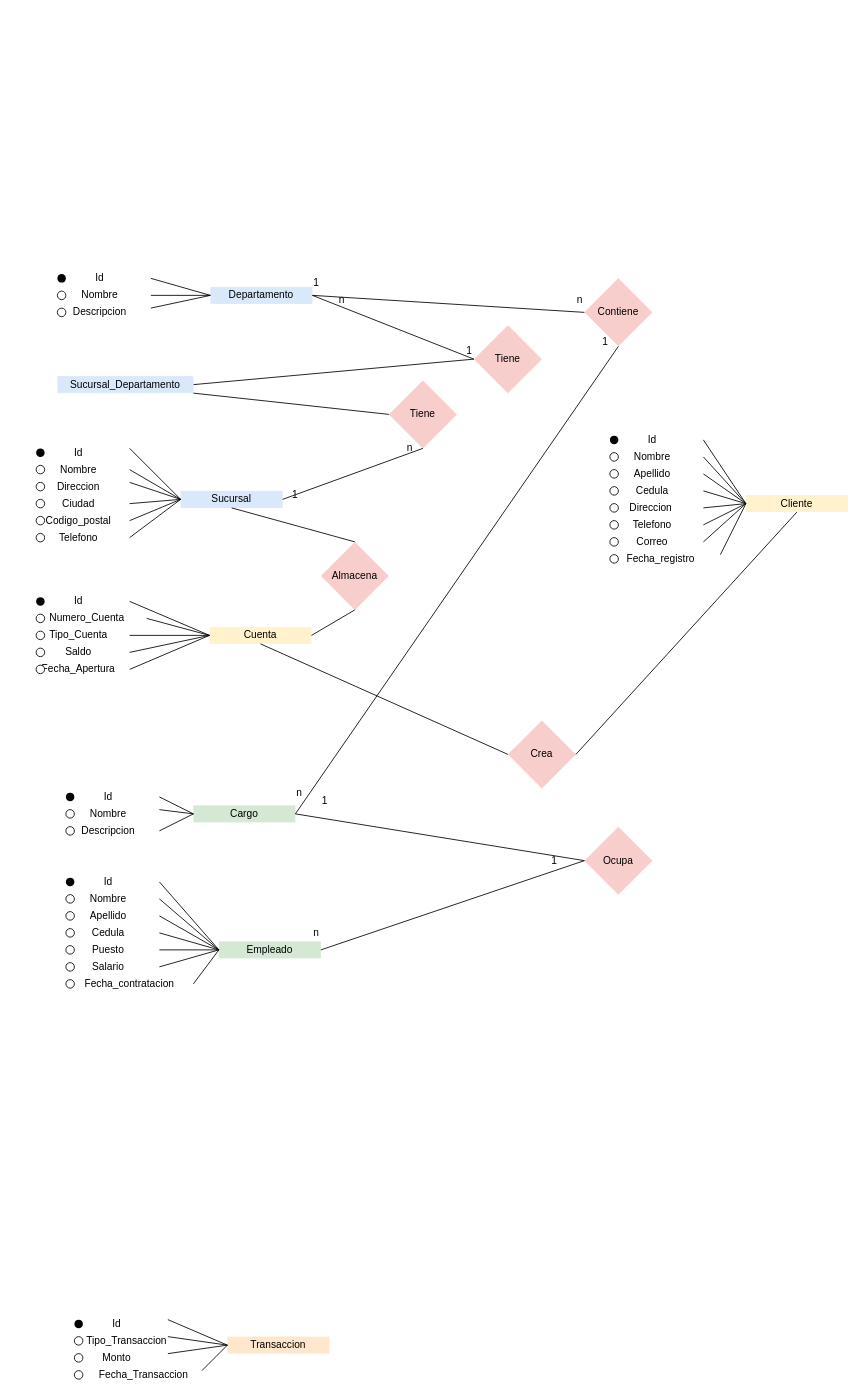
Earlier version of the draw.io diagram Diagrama sin título.drawio (Nico1091/Bases-de-datos). Source tidied: cells renumbered, new cells numbered last; positions are measured from the earlier drawing's top-left corner, leaving out a move shared by most shapes. Both pictures are drawn from the tidied source at 85%, with x=0, y=0 at pixel (27, 269).
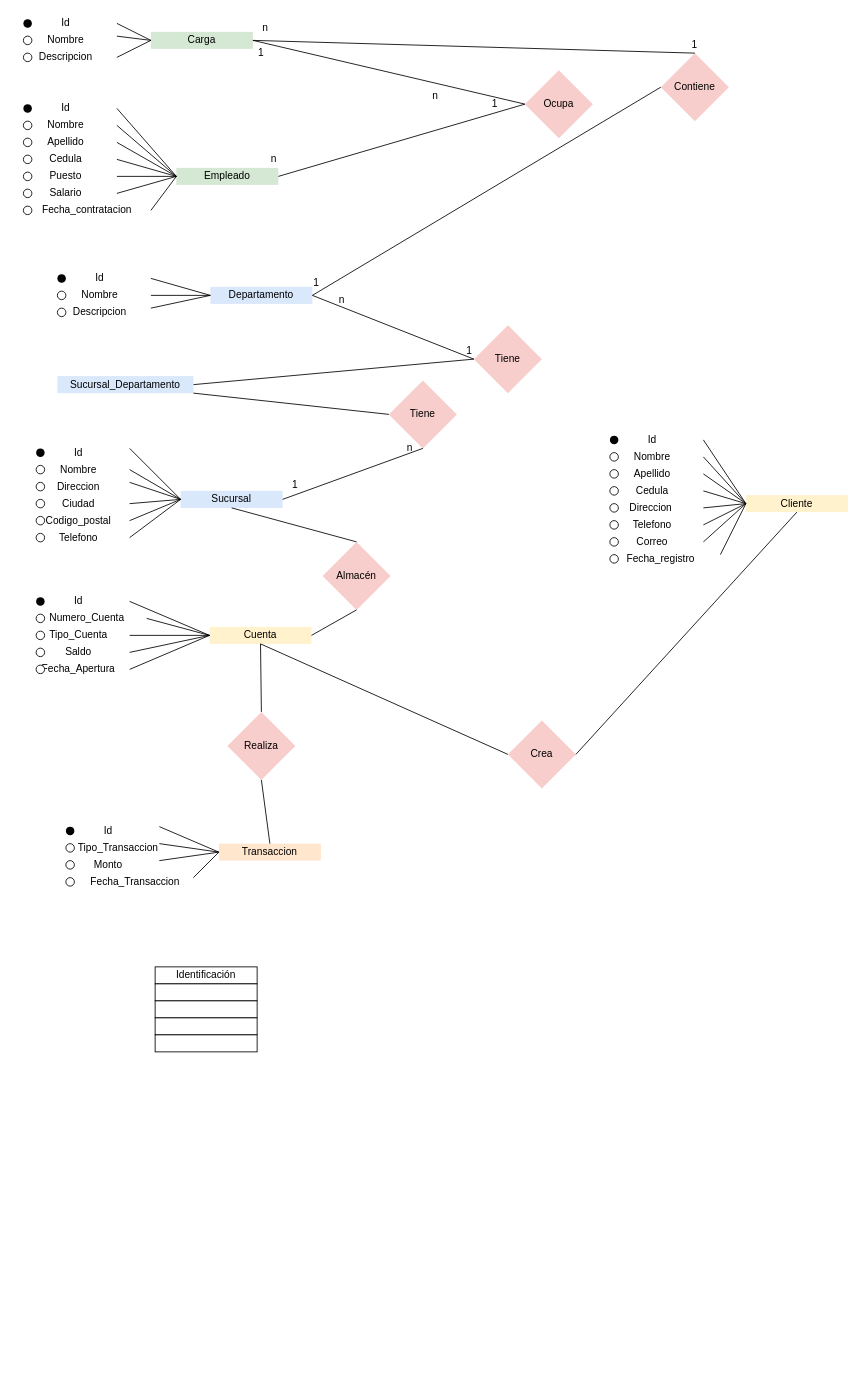
The same diagram, later.

The change refers to these unchanged cells:
```xml
<mxCell id="81" value="Cuenta" style="rounded=0;whiteSpace=wrap;html=1;strokeColor=none;fillColor=#fff2cc;" parent="1" vertex="1">
  <mxGeometry x="214" y="420" width="120" height="20" as="geometry" />
</mxCell>
```

The edit, as a diff of the source:
```diff
@@
     <mxCell id="31" value="Nombre" style="rounded=0;whiteSpace=wrap;html=1;strokeColor=none;fillColor=none;" parent="1" vertex="1">
-      <mxGeometry x="35" y="630" width="120" height="20" as="geometry" />
+      <mxGeometry x="-15" y="-280" width="120" height="20" as="geometry" />
     </mxCell>
     <mxCell id="32" value="Id" style="rounded=0;whiteSpace=wrap;html=1;strokeColor=none;fillColor=none;" parent="1" vertex="1">
-      <mxGeometry x="35" y="610" width="120" height="20" as="geometry" />
+      <mxGeometry x="-15" y="-300" width="120" height="20" as="geometry" />
     </mxCell>
     <mxCell id="33" value="Descripcion" style="rounded=0;whiteSpace=wrap;html=1;strokeColor=none;fillColor=none;" parent="1" vertex="1">
-      <mxGeometry x="35" y="650" width="120" height="20" as="geometry" />
+      <mxGeometry x="-15" y="-260" width="120" height="20" as="geometry" />
     </mxCell>
     <mxCell id="34" style="ellipse;whiteSpace=wrap;html=1;fillColor=#030303;strokeColor=none;" parent="1" vertex="1">
-      <mxGeometry x="45" y="615" width="10" height="10" as="geometry" />
+      <mxGeometry x="-5" y="-295" width="10" height="10" as="geometry" />
     </mxCell>
     <mxCell id="35" style="ellipse;whiteSpace=wrap;html=1;" parent="1" vertex="1">
-      <mxGeometry x="45" y="635" width="10" height="10" as="geometry" />
+      <mxGeometry x="-5" y="-275" width="10" height="10" as="geometry" />
     </mxCell>
     <mxCell id="36" style="ellipse;whiteSpace=wrap;html=1;" parent="1" vertex="1">
-      <mxGeometry x="45" y="655" width="10" height="10" as="geometry" />
+      <mxGeometry x="-5" y="-255" width="10" height="10" as="geometry" />
     </mxCell>
-    <mxCell id="37" value="Cargo" style="rounded=0;whiteSpace=wrap;html=1;strokeColor=none;fillColor=#d5e8d4;" parent="1" vertex="1">
-      <mxGeometry x="195" y="630" width="120" height="20" as="geometry" />
+    <mxCell id="37" value="Carga" style="rounded=0;whiteSpace=wrap;html=1;strokeColor=none;fillColor=#d5e8d4;" parent="1" vertex="1">
+      <mxGeometry x="145" y="-280" width="120" height="20" as="geometry" />
     </mxCell>
@@
     <mxCell id="41" value="Id" style="rounded=0;whiteSpace=wrap;html=1;strokeColor=none;fillColor=none;" parent="1" vertex="1">
-      <mxGeometry x="35" y="710" width="120" height="20" as="geometry" />
+      <mxGeometry x="-15" y="-200" width="120" height="20" as="geometry" />
     </mxCell>
     <mxCell id="42" style="ellipse;whiteSpace=wrap;html=1;fillColor=#030303;strokeColor=none;" parent="1" vertex="1">
-      <mxGeometry x="45" y="715" width="10" height="10" as="geometry" />
+      <mxGeometry x="-5" y="-195" width="10" height="10" as="geometry" />
     </mxCell>
     <mxCell id="43" value="Nombre" style="rounded=0;whiteSpace=wrap;html=1;strokeColor=none;fillColor=none;" parent="1" vertex="1">
-      <mxGeometry x="35" y="730" width="120" height="20" as="geometry" />
+      <mxGeometry x="-15" y="-180" width="120" height="20" as="geometry" />
     </mxCell>
     <mxCell id="44" value="Apellido" style="rounded=0;whiteSpace=wrap;html=1;strokeColor=none;fillColor=none;" parent="1" vertex="1">
-      <mxGeometry x="35" y="750" width="120" height="20" as="geometry" />
+      <mxGeometry x="-15" y="-160" width="120" height="20" as="geometry" />
     </mxCell>
     <mxCell id="45" value="Cedula" style="rounded=0;whiteSpace=wrap;html=1;strokeColor=none;fillColor=none;" parent="1" vertex="1">
-      <mxGeometry x="35" y="770" width="120" height="20" as="geometry" />
+      <mxGeometry x="-15" y="-140" width="120" height="20" as="geometry" />
     </mxCell>
     <mxCell id="46" value="Puesto" style="rounded=0;whiteSpace=wrap;html=1;strokeColor=none;fillColor=none;" parent="1" vertex="1">
-      <mxGeometry x="35" y="790" width="120" height="20" as="geometry" />
+      <mxGeometry x="-15" y="-120" width="120" height="20" as="geometry" />
     </mxCell>
     <mxCell id="47" value="Salario" style="rounded=0;whiteSpace=wrap;html=1;strokeColor=none;fillColor=none;" parent="1" vertex="1">
-      <mxGeometry x="35" y="810" width="120" height="20" as="geometry" />
+      <mxGeometry x="-15" y="-100" width="120" height="20" as="geometry" />
     </mxCell>
     <mxCell id="48" value="&amp;nbsp; &amp;nbsp;Fecha_contratacion" style="rounded=0;whiteSpace=wrap;html=1;strokeColor=none;fillColor=none;" parent="1" vertex="1">
-      <mxGeometry x="35" y="830" width="160" height="20" as="geometry" />
+      <mxGeometry x="-15" y="-80" width="160" height="20" as="geometry" />
     </mxCell>
     <mxCell id="49" value="Empleado" style="rounded=0;whiteSpace=wrap;html=1;strokeColor=none;fillColor=#d5e8d4;" parent="1" vertex="1">
-      <mxGeometry x="225" y="790" width="120" height="20" as="geometry" />
+      <mxGeometry x="175" y="-120" width="120" height="20" as="geometry" />
     </mxCell>
@@
     <mxCell id="89" value="1" style="rounded=0;whiteSpace=wrap;html=1;strokeColor=none;fillColor=none;" parent="1" vertex="1">
-      <mxGeometry x="310" y="260" width="10" height="10" as="geometry" />
+      <mxGeometry x="310" y="245" width="10" height="15" as="geometry" />
     </mxCell>
     <mxCell id="90" value="n" style="rounded=0;whiteSpace=wrap;html=1;strokeColor=none;fillColor=none;" parent="1" vertex="1">
-      <mxGeometry x="335" y="775" width="10" height="10" as="geometry" />
+      <mxGeometry x="285" y="-135" width="10" height="10" as="geometry" />
     </mxCell>
@@
     <mxCell id="92" value="Contiene" style="rhombus;whiteSpace=wrap;html=1;fillColor=#f8cecc;strokeColor=none;" parent="1" vertex="1">
-      <mxGeometry x="655" y="10" width="80" height="80" as="geometry" />
+      <mxGeometry x="745" y="-255" width="80" height="80" as="geometry" />
     </mxCell>
@@
     <mxCell id="94" value="1" style="rounded=0;whiteSpace=wrap;html=1;strokeColor=none;fillColor=none;" parent="1" vertex="1">
-      <mxGeometry x="675" y="80" width="10" height="10" as="geometry" />
+      <mxGeometry x="545" y="-200" width="10" height="10" as="geometry" />
     </mxCell>
@@
     <mxCell id="96" value="n" style="rounded=0;whiteSpace=wrap;html=1;strokeColor=none;fillColor=none;" parent="1" vertex="1">
-      <mxGeometry x="645" y="30" width="10" height="10" as="geometry" />
+      <mxGeometry x="275" y="-290" width="10" height="10" as="geometry" />
     </mxCell>
     <mxCell id="97" value="Ocupa" style="rhombus;whiteSpace=wrap;html=1;fillColor=#f8cecc;strokeColor=none;" parent="1" vertex="1">
-      <mxGeometry x="655" y="655" width="80" height="80" as="geometry" />
+      <mxGeometry x="585" y="-235" width="80" height="80" as="geometry" />
     </mxCell>
@@
     <mxCell id="100" value="n" style="rounded=0;whiteSpace=wrap;html=1;strokeColor=none;fillColor=none;" parent="1" vertex="1">
-      <mxGeometry x="315" y="610" width="10" height="10" as="geometry" />
+      <mxGeometry x="475" y="-210" width="10" height="10" as="geometry" />
     </mxCell>
     <mxCell id="101" value="1" style="rounded=0;whiteSpace=wrap;html=1;strokeColor=none;fillColor=none;" parent="1" vertex="1">
-      <mxGeometry x="615" y="690" width="10" height="10" as="geometry" />
+      <mxGeometry x="270" y="-260" width="10" height="10" as="geometry" />
     </mxCell>
@@
-    <mxCell id="107" style="endArrow=none;html=1;rounded=0;entryX=0.5;entryY=1;entryDx=0;entryDy=0;exitX=1;exitY=0.5;exitDx=0;exitDy=0;" parent="1" edge="1" source="37" target="92">
+    <mxCell id="107" style="endArrow=none;html=1;rounded=0;entryX=0.5;entryY=0;entryDx=0;entryDy=0;exitX=1;exitY=0.5;exitDx=0;exitDy=0;" parent="1" edge="1" source="37" target="92">
       <mxGeometry relative="1" as="geometry" />
     </mxCell>
     <mxCell id="108" value="1" style="rounded=0;whiteSpace=wrap;html=1;strokeColor=none;fillColor=none;" parent="1" vertex="1">
-      <mxGeometry x="345" y="620" width="10" height="10" as="geometry" />
+      <mxGeometry x="780" y="-270" width="10" height="10" as="geometry" />
     </mxCell>
     <mxCell id="109" style="ellipse;whiteSpace=wrap;html=1;" parent="1" vertex="1">
-      <mxGeometry x="45" y="735" width="10" height="10" as="geometry" />
+      <mxGeometry x="-5" y="-175" width="10" height="10" as="geometry" />
     </mxCell>
     <mxCell id="110" style="ellipse;whiteSpace=wrap;html=1;" parent="1" vertex="1">
-      <mxGeometry x="45" y="755" width="10" height="10" as="geometry" />
+      <mxGeometry x="-5" y="-155" width="10" height="10" as="geometry" />
     </mxCell>
     <mxCell id="111" style="ellipse;whiteSpace=wrap;html=1;" parent="1" vertex="1">
-      <mxGeometry x="45" y="775" width="10" height="10" as="geometry" />
+      <mxGeometry x="-5" y="-135" width="10" height="10" as="geometry" />
     </mxCell>
     <mxCell id="112" style="ellipse;whiteSpace=wrap;html=1;" parent="1" vertex="1">
-      <mxGeometry x="45" y="795" width="10" height="10" as="geometry" />
+      <mxGeometry x="-5" y="-115" width="10" height="10" as="geometry" />
     </mxCell>
     <mxCell id="113" style="ellipse;whiteSpace=wrap;html=1;" parent="1" vertex="1">
-      <mxGeometry x="45" y="815" width="10" height="10" as="geometry" />
+      <mxGeometry x="-5" y="-95" width="10" height="10" as="geometry" />
     </mxCell>
     <mxCell id="114" style="ellipse;whiteSpace=wrap;html=1;" parent="1" vertex="1">
-      <mxGeometry x="45" y="835" width="10" height="10" as="geometry" />
+      <mxGeometry x="-5" y="-75" width="10" height="10" as="geometry" />
     </mxCell>
@@
     <mxCell id="128" value="Id" style="rounded=0;whiteSpace=wrap;html=1;strokeColor=none;fillColor=none;" parent="1" vertex="1">
-      <mxGeometry x="45" y="1230" width="120" height="20" as="geometry" />
+      <mxGeometry x="35" y="650" width="120" height="20" as="geometry" />
     </mxCell>
     <mxCell id="129" value="&amp;nbsp; &amp;nbsp; &amp;nbsp; &amp;nbsp;Tipo_Transaccion" style="rounded=0;whiteSpace=wrap;html=1;strokeColor=none;" parent="1" vertex="1">
-      <mxGeometry x="45" y="1250" width="120" height="20" as="geometry" />
+      <mxGeometry x="35" y="670" width="120" height="20" as="geometry" />
     </mxCell>
     <mxCell id="130" value="Monto" style="rounded=0;whiteSpace=wrap;html=1;strokeColor=none;fillColor=none;" parent="1" vertex="1">
-      <mxGeometry x="45" y="1270" width="120" height="20" as="geometry" />
+      <mxGeometry x="35" y="690" width="120" height="20" as="geometry" />
     </mxCell>
     <mxCell id="131" value="&amp;nbsp; &amp;nbsp; &amp;nbsp; &amp;nbsp;Fecha_Transaccion" style="rounded=0;whiteSpace=wrap;html=1;strokeColor=none;fillColor=none;" parent="1" vertex="1">
-      <mxGeometry x="45" y="1290" width="160" height="20" as="geometry" />
+      <mxGeometry x="35" y="710" width="160" height="20" as="geometry" />
     </mxCell>
     <mxCell id="132" value="Transaccion" style="rounded=0;whiteSpace=wrap;html=1;strokeColor=none;fillColor=#ffe6cc;" parent="1" vertex="1">
-      <mxGeometry x="235" y="1255" width="120" height="20" as="geometry" />
+      <mxGeometry x="225" y="675" width="120" height="20" as="geometry" />
     </mxCell>
     <mxCell id="133" style="ellipse;whiteSpace=wrap;html=1;strokeColor=none;fillColor=#000000;" parent="1" vertex="1">
-      <mxGeometry x="55" y="1235" width="10" height="10" as="geometry" />
+      <mxGeometry x="45" y="655" width="10" height="10" as="geometry" />
     </mxCell>
     <mxCell id="134" style="ellipse;whiteSpace=wrap;html=1;fillColor=none;" parent="1" vertex="1">
-      <mxGeometry x="55" y="1255" width="10" height="10" as="geometry" />
+      <mxGeometry x="45" y="675" width="10" height="10" as="geometry" />
     </mxCell>
     <mxCell id="135" style="ellipse;whiteSpace=wrap;html=1;fillColor=none;" parent="1" vertex="1">
-      <mxGeometry x="55" y="1275" width="10" height="10" as="geometry" />
+      <mxGeometry x="45" y="695" width="10" height="10" as="geometry" />
     </mxCell>
     <mxCell id="136" style="ellipse;whiteSpace=wrap;html=1;fillColor=none;" parent="1" vertex="1">
-      <mxGeometry x="55" y="1295" width="10" height="10" as="geometry" />
+      <mxGeometry x="45" y="715" width="10" height="10" as="geometry" />
     </mxCell>
@@
-    <mxCell id="141" value="Almacena" style="rhombus;whiteSpace=wrap;html=1;fillColor=#f8cecc;strokeColor=none;" parent="1" vertex="1">
-      <mxGeometry x="345" y="320" width="80" height="80" as="geometry" />
+    <mxCell id="141" value="Almacén" style="rhombus;whiteSpace=wrap;html=1;fillColor=#f8cecc;strokeColor=none;" parent="1" vertex="1">
+      <mxGeometry x="347" y="320" width="80" height="80" as="geometry" />
     </mxCell>
@@
+    <mxCell id="147" value="Realiza" style="rhombus;whiteSpace=wrap;html=1;fillColor=#f8cecc;strokeColor=none;" parent="1" vertex="1">
+      <mxGeometry x="235" y="520" width="80" height="80" as="geometry" />
+    </mxCell>
+    <mxCell id="148" style="endArrow=none;html=1;rounded=0;entryX=0.5;entryY=1;entryDx=0;entryDy=0;exitX=0.5;exitY=0;exitDx=0;exitDy=0;" parent="1" edge="1" source="147" target="81">
+      <mxGeometry relative="1" as="geometry" />
+    </mxCell>
+    <mxCell id="149" style="endArrow=none;html=1;rounded=0;entryX=0.5;entryY=1;entryDx=0;entryDy=0;exitX=0.5;exitY=0;exitDx=0;exitDy=0;" parent="1" edge="1" source="132" target="147">
+      <mxGeometry relative="1" as="geometry" />
+    </mxCell>
+    <mxCell id="150" value="Identificación" style="rounded=0;whiteSpace=wrap;html=1;" parent="1" vertex="1">
+      <mxGeometry x="150" y="820" width="120" height="20" as="geometry" />
+    </mxCell>
+    <mxCell id="151" style="rounded=0;whiteSpace=wrap;html=1;" parent="1" vertex="1">
+      <mxGeometry x="150" y="840" width="120" height="20" as="geometry" />
+    </mxCell>
+    <mxCell id="152" style="rounded=0;whiteSpace=wrap;html=1;" parent="1" vertex="1">
+      <mxGeometry x="150" y="860" width="120" height="20" as="geometry" />
+    </mxCell>
+    <mxCell id="153" style="rounded=0;whiteSpace=wrap;html=1;" parent="1" vertex="1">
+      <mxGeometry x="150" y="880" width="120" height="20" as="geometry" />
+    </mxCell>
+    <mxCell id="154" style="rounded=0;whiteSpace=wrap;html=1;" parent="1" vertex="1">
+      <mxGeometry x="150" y="900" width="120" height="20" as="geometry" />
+    </mxCell>
```
